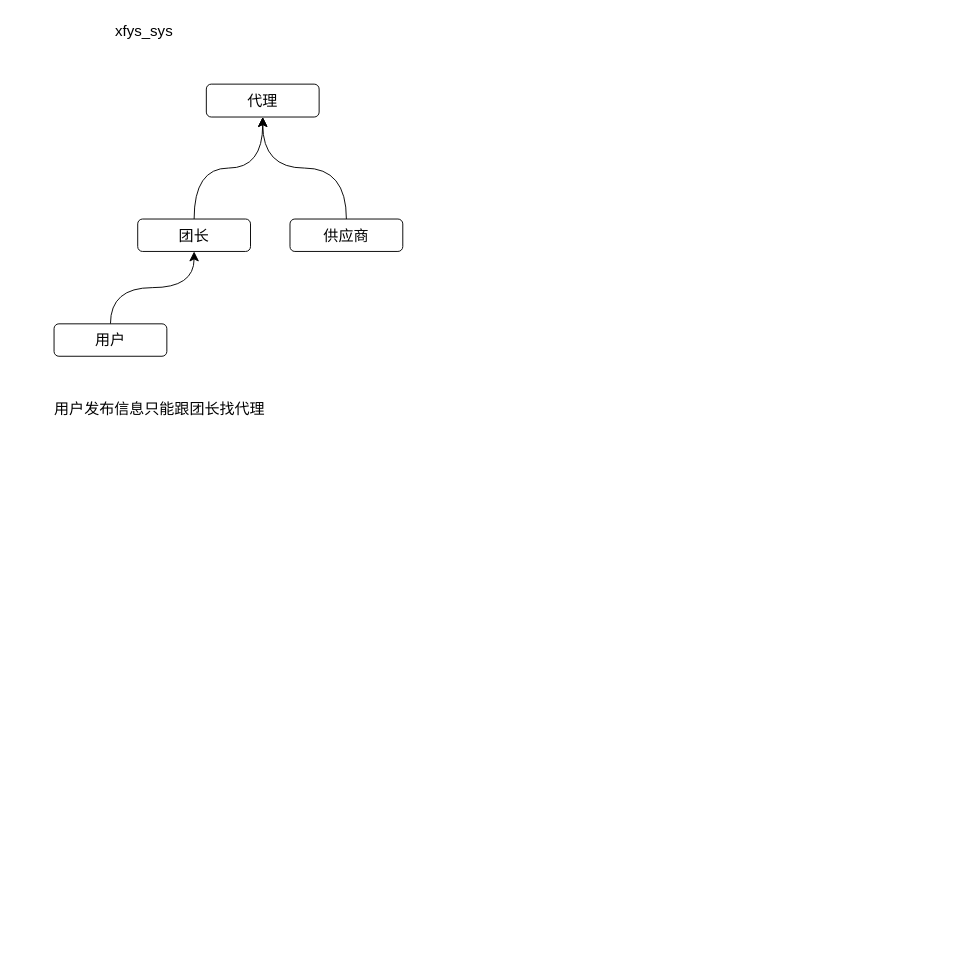
Earlier version of the draw.io diagram 未命名绘图.drawio (xyfll7/xyfll7). Source tidied: cells renumbered, new cells numbered last; positions are measured from the earlier drawing's top-left corner, leaving out a move shared by most shapes. Both pictures are drawn from the tidied source at 94%, with x=0, y=0 at pixel (45, 16).
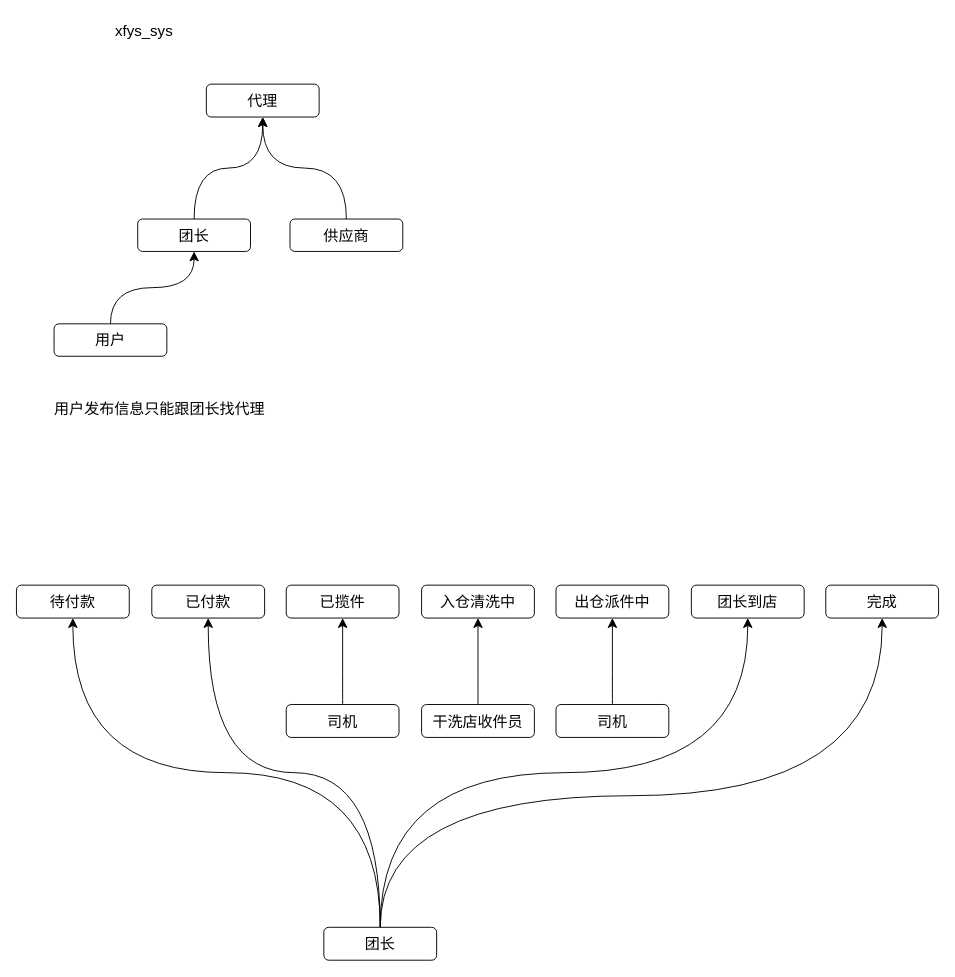
The same page after the edit.

Change to the diagram source:
```diff
@@
+    <mxCell id="11" value="待付款" style="rounded=1;whiteSpace=wrap;html=1;fontSize=16;" parent="1" vertex="1">
+      <mxGeometry x="-31" y="605" width="120" height="35" as="geometry" />
+    </mxCell>
+    <mxCell id="12" value="已付款" style="rounded=1;whiteSpace=wrap;html=1;fontSize=16;" parent="1" vertex="1">
+      <mxGeometry x="113" y="605" width="120" height="35" as="geometry" />
+    </mxCell>
+    <mxCell id="13" value="完成" style="rounded=1;whiteSpace=wrap;html=1;fontSize=16;" parent="1" vertex="1">
+      <mxGeometry x="830" y="605" width="120" height="35" as="geometry" />
+    </mxCell>
+    <mxCell id="14" value="团长到店" style="rounded=1;whiteSpace=wrap;html=1;fontSize=16;" parent="1" vertex="1">
+      <mxGeometry x="687" y="605" width="120" height="35" as="geometry" />
+    </mxCell>
+    <mxCell id="15" value="出仓派件中" style="rounded=1;whiteSpace=wrap;html=1;fontSize=16;" parent="1" vertex="1">
+      <mxGeometry x="543" y="605" width="120" height="35" as="geometry" />
+    </mxCell>
+    <mxCell id="16" value="入仓清洗中" style="rounded=1;whiteSpace=wrap;html=1;fontSize=16;" parent="1" vertex="1">
+      <mxGeometry x="400" y="605" width="120" height="35" as="geometry" />
+    </mxCell>
+    <mxCell id="17" value="已揽件" style="rounded=1;whiteSpace=wrap;html=1;fontSize=16;" parent="1" vertex="1">
+      <mxGeometry x="256" y="605" width="120" height="35" as="geometry" />
+    </mxCell>
+    <mxCell id="18" style="edgeStyle=orthogonalEdgeStyle;curved=1;rounded=0;jettySize=auto;html=1;exitX=0.5;exitY=0;exitDx=0;exitDy=0;entryX=0.5;entryY=1;entryDx=0;entryDy=0;fontSize=12;startSize=8;endSize=8;" parent="1" edge="1" source="22" target="11">
+      <mxGeometry relative="1" as="geometry" />
+    </mxCell>
+    <mxCell id="19" style="edgeStyle=orthogonalEdgeStyle;shape=connector;curved=1;rounded=0;jettySize=auto;html=1;exitX=0.5;exitY=0;exitDx=0;exitDy=0;labelBackgroundColor=default;strokeColor=default;align=center;verticalAlign=middle;fontFamily=Helvetica;fontSize=12;fontColor=default;endArrow=classic;startSize=8;endSize=8;" parent="1" edge="1" source="22" target="12">
+      <mxGeometry relative="1" as="geometry" />
+    </mxCell>
+    <mxCell id="20" style="edgeStyle=orthogonalEdgeStyle;shape=connector;curved=1;rounded=0;jettySize=auto;html=1;exitX=0.5;exitY=0;exitDx=0;exitDy=0;labelBackgroundColor=default;strokeColor=default;align=center;verticalAlign=middle;fontFamily=Helvetica;fontSize=12;fontColor=default;endArrow=classic;startSize=8;endSize=8;" parent="1" edge="1" source="22" target="14">
+      <mxGeometry relative="1" as="geometry" />
+    </mxCell>
+    <mxCell id="21" style="edgeStyle=orthogonalEdgeStyle;shape=connector;curved=1;rounded=0;jettySize=auto;html=1;exitX=0.5;exitY=0;exitDx=0;exitDy=0;entryX=0.5;entryY=1;entryDx=0;entryDy=0;labelBackgroundColor=default;strokeColor=default;align=center;verticalAlign=middle;fontFamily=Helvetica;fontSize=12;fontColor=default;endArrow=classic;startSize=8;endSize=8;" parent="1" edge="1" source="22" target="13">
+      <mxGeometry relative="1" as="geometry">
+        <Array as="points">
+          <mxPoint x="356" y="829" />
+          <mxPoint x="890" y="829" />
+        </Array>
+      </mxGeometry>
+    </mxCell>
+    <mxCell id="22" value="团长" style="rounded=1;whiteSpace=wrap;html=1;fontSize=16;" parent="1" vertex="1">
+      <mxGeometry x="296" y="969" width="120" height="35" as="geometry" />
+    </mxCell>
+    <mxCell id="23" style="edgeStyle=orthogonalEdgeStyle;shape=connector;curved=1;rounded=0;jettySize=auto;html=1;exitX=0.5;exitY=0;exitDx=0;exitDy=0;labelBackgroundColor=default;strokeColor=default;align=center;verticalAlign=middle;fontFamily=Helvetica;fontSize=12;fontColor=default;endArrow=classic;startSize=8;endSize=8;" parent="1" edge="1" source="24" target="17">
+      <mxGeometry relative="1" as="geometry" />
+    </mxCell>
+    <mxCell id="24" value="司机" style="rounded=1;whiteSpace=wrap;html=1;fontSize=16;" parent="1" vertex="1">
+      <mxGeometry x="256" y="732" width="120" height="35" as="geometry" />
+    </mxCell>
+    <mxCell id="25" style="edgeStyle=orthogonalEdgeStyle;shape=connector;curved=1;rounded=0;jettySize=auto;html=1;exitX=0.5;exitY=0;exitDx=0;exitDy=0;labelBackgroundColor=default;strokeColor=default;align=center;verticalAlign=middle;fontFamily=Helvetica;fontSize=12;fontColor=default;endArrow=classic;startSize=8;endSize=8;" parent="1" edge="1" source="26" target="16">
+      <mxGeometry relative="1" as="geometry" />
+    </mxCell>
+    <mxCell id="26" value="干洗店收件员" style="rounded=1;whiteSpace=wrap;html=1;fontSize=16;" parent="1" vertex="1">
+      <mxGeometry x="400" y="732" width="120" height="35" as="geometry" />
+    </mxCell>
+    <mxCell id="27" style="edgeStyle=orthogonalEdgeStyle;shape=connector;curved=1;rounded=0;jettySize=auto;html=1;exitX=0.5;exitY=0;exitDx=0;exitDy=0;labelBackgroundColor=default;strokeColor=default;align=center;verticalAlign=middle;fontFamily=Helvetica;fontSize=12;fontColor=default;endArrow=classic;startSize=8;endSize=8;" parent="1" edge="1" source="28" target="15">
+      <mxGeometry relative="1" as="geometry" />
+    </mxCell>
+    <mxCell id="28" value="司机" style="rounded=1;whiteSpace=wrap;html=1;fontSize=16;" parent="1" vertex="1">
+      <mxGeometry x="543" y="732" width="120" height="35" as="geometry" />
+    </mxCell>
```
